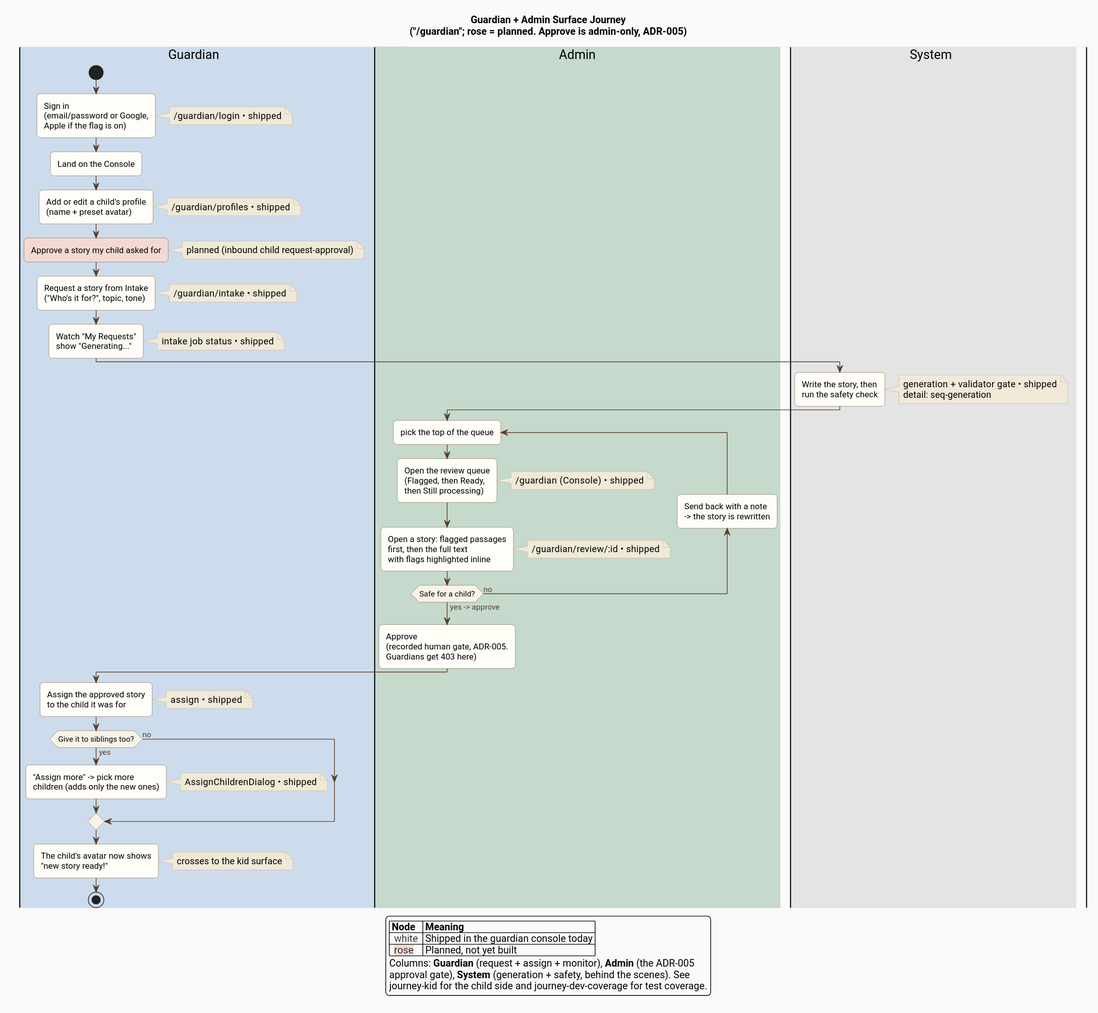
This is docs/architecture/diagrams/journey-guardian.svg from ByronWilliamsCPA/cyo-adventure, a PlantUML export, as it was before one commit.
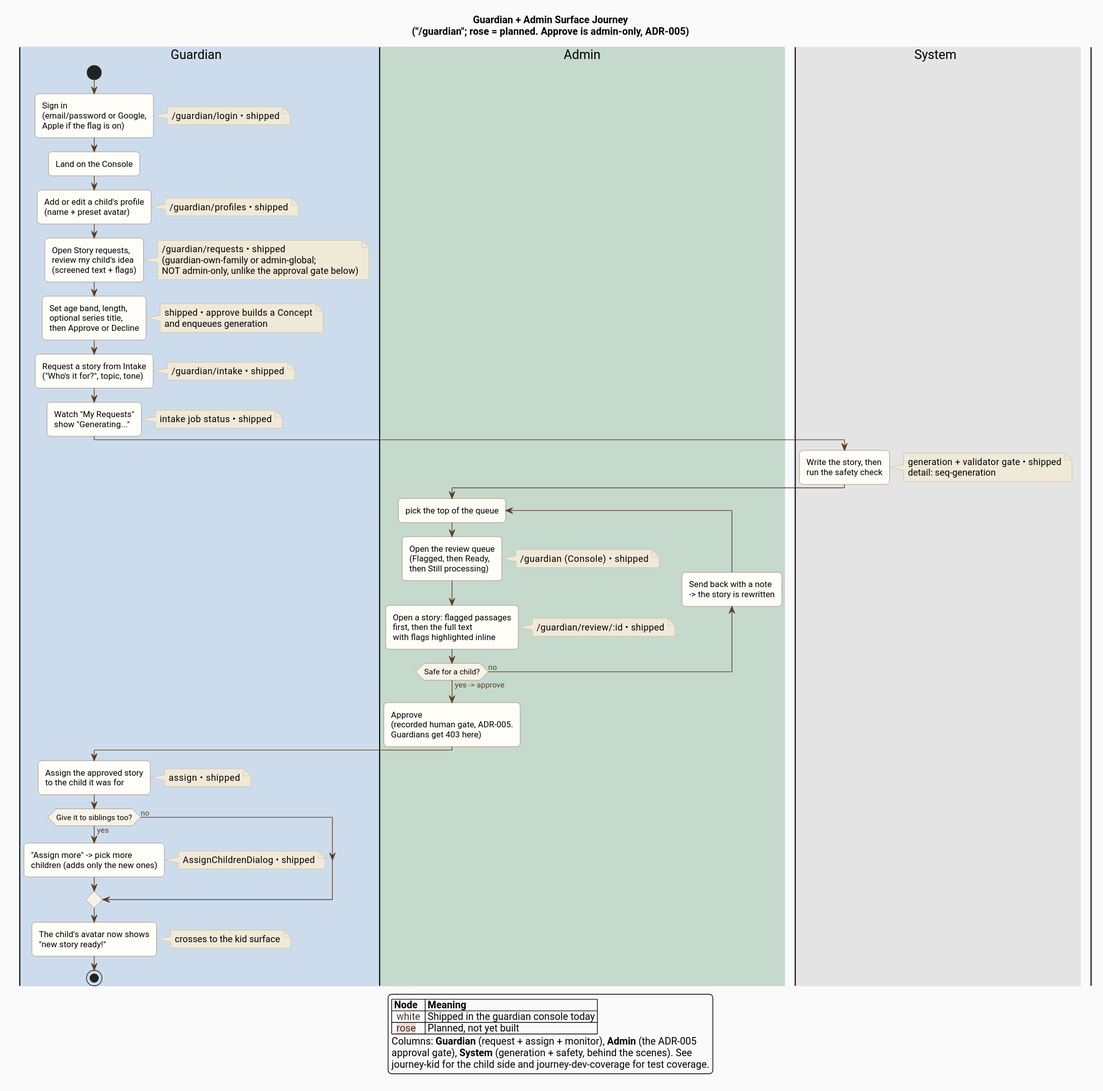
After the commit.

Diff of the diagram source:
```diff
@@ -32,8 +32,14 @@
 (name + preset avatar);
 note right: /guardian/profiles  •  shipped
 
-#F3D9D4:Approve a story my child asked for;
-note right: planned (inbound child request-approval)
+:Open Story requests,
+review my child's idea
+(screened text + flags);
+note right: /guardian/requests  •  shipped\n(guardian-own-family or admin-global;\nNOT admin-only, unlike the approval gate below)
+:Set age band, length,
+optional series title,
+then Approve or Decline;
+note right: shipped  •  approve builds a Concept\nand enqueues generation
 
 :Request a story from Intake
 ("Who's it for?", topic, tone);
```
